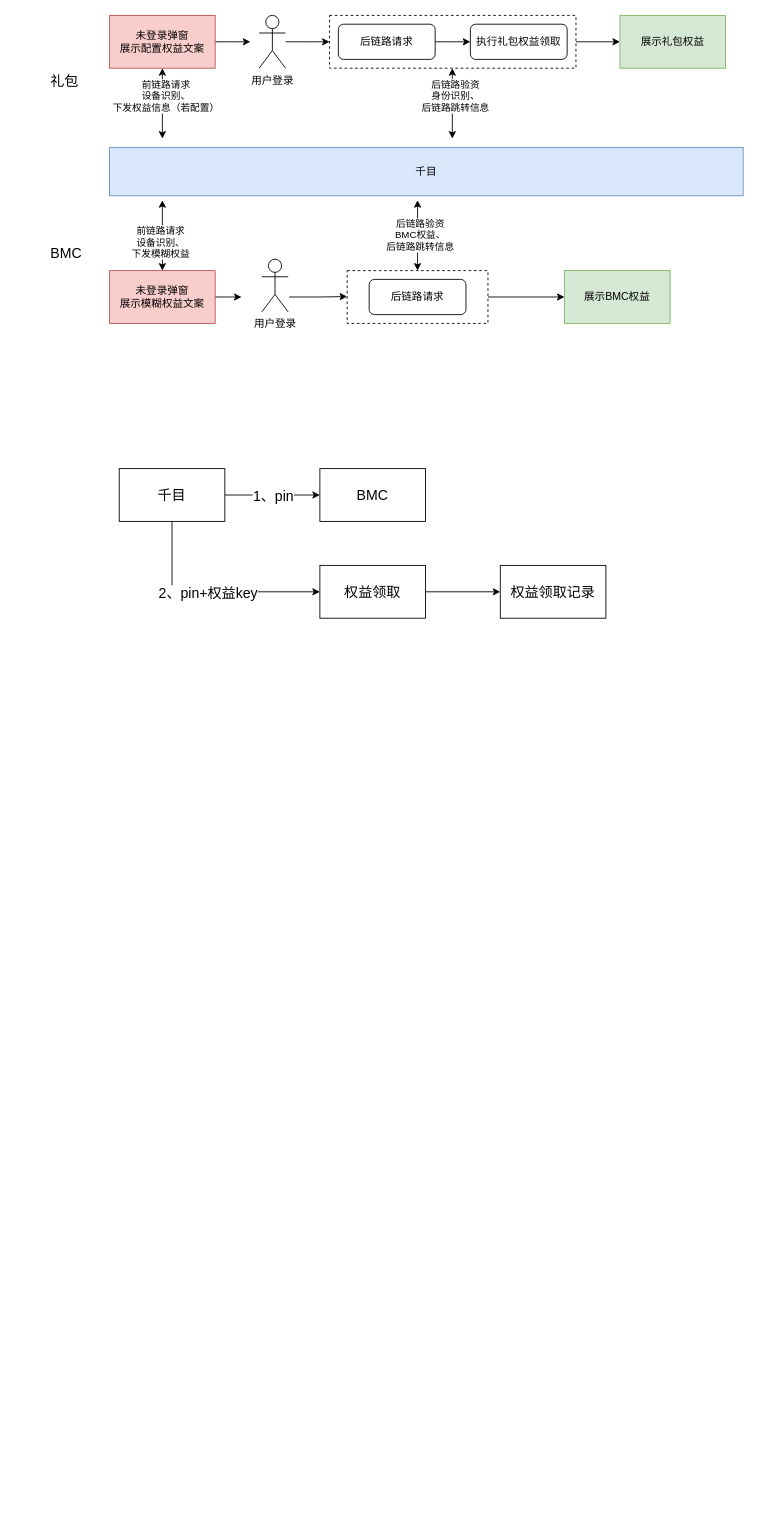
Above: 诺曼底接入BMC权益.drawio in BlankKelly/diagrams (draw.io), before the change. Source tidied: cells renumbered, new cells numbered last; positions are measured from the earlier drawing's top-left corner, leaving out a move shared by most shapes. Both pictures are drawn from the tidied source at 88%, with x=0, y=0 at pixel (38, 15).
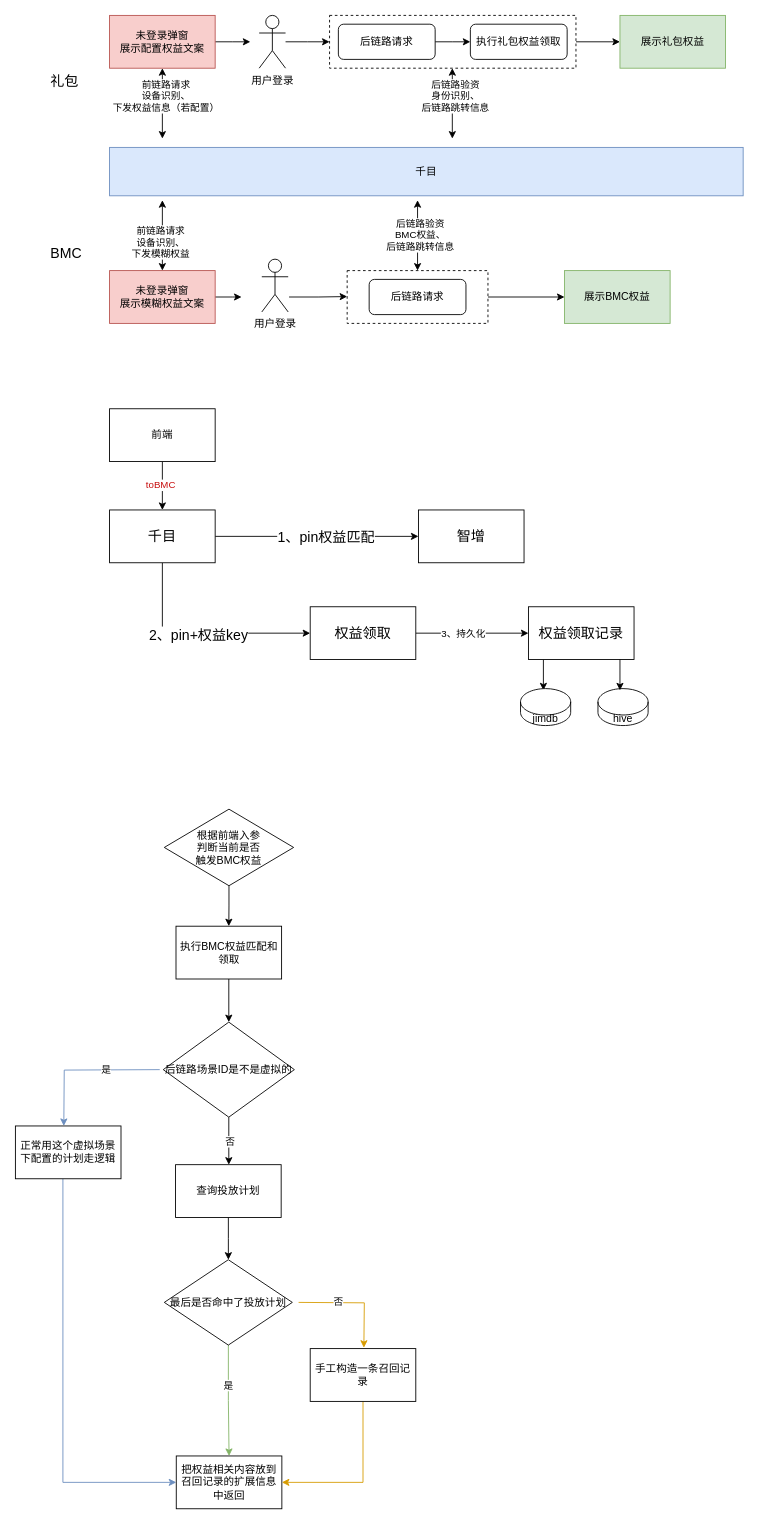
After the change.

Commit message:
更新诺曼底接入BMC权益.drawio

The change refers to these unchanged cells:
```xml
<mxCell id="31" style="edgeStyle=orthogonalEdgeStyle;rounded=0;jettySize=auto;html=1;fontSize=16;startArrow=none;startFill=0;" parent="1" edge="1" source="35" target="36">
  <mxGeometry relative="1" as="geometry" />
</mxCell>
<mxCell id="37" style="edgeStyle=orthogonalEdgeStyle;rounded=0;jettySize=auto;html=1;exitX=1;exitY=0.5;exitDx=0;exitDy=0;" parent="1" edge="1" source="38" target="39">
  <mxGeometry relative="1" as="geometry" />
</mxCell>
```

The edit, as a diff of the source:
```diff
@@
-    <mxCell id="32" value="1、pin" style="edgeLabel;html=1;align=center;verticalAlign=middle;fontSize=16;" parent="31" vertex="1">
+    <mxCell id="32" value="1、pin权益匹配" style="edgeLabel;html=1;align=center;verticalAlign=middle;fontSize=16;" parent="31" vertex="1">
       <mxGeometry x="0.15" y="-4" relative="1" as="geometry">
         <mxPoint x="-8" y="-4" as="offset" />
       </mxGeometry>
     </mxCell>
@@
     <mxCell id="35" value="千目" style="rounded=0;whiteSpace=wrap;html=1;fontSize=16;" parent="1" vertex="1">
-      <mxGeometry x="92" y="515" width="120" height="60" as="geometry" />
+      <mxGeometry x="81" y="562" width="120" height="60" as="geometry" />
     </mxCell>
-    <mxCell id="36" value="BMC" style="rounded=0;whiteSpace=wrap;html=1;fontSize=16;" parent="1" vertex="1">
-      <mxGeometry x="320" y="515" width="120" height="60" as="geometry" />
+    <mxCell id="36" value="智增" style="rounded=0;whiteSpace=wrap;html=1;fontSize=16;" parent="1" vertex="1">
+      <mxGeometry x="432" y="562" width="120" height="60" as="geometry" />
     </mxCell>
@@
+    <mxCell id="40" value="3、持久化" style="edgeLabel;html=1;align=center;verticalAlign=middle;" parent="37" vertex="1">
+      <mxGeometry x="-0.2" y="4" relative="1" as="geometry">
+        <mxPoint x="2" y="4" as="offset" />
+      </mxGeometry>
+    </mxCell>
     <mxCell id="38" value="权益领取" style="rounded=0;whiteSpace=wrap;html=1;fontSize=16;" parent="1" vertex="1">
-      <mxGeometry x="320" y="625" width="120" height="60" as="geometry" />
+      <mxGeometry x="309" y="672" width="120" height="60" as="geometry" />
     </mxCell>
+    <mxCell id="41" style="edgeStyle=orthogonalEdgeStyle;rounded=0;orthogonalLoop=1;jettySize=auto;html=1;" parent="1" edge="1">
+      <mxGeometry relative="1" as="geometry">
+        <mxPoint x="574" y="732" as="sourcePoint" />
+        <mxPoint x="574" y="767" as="targetPoint" />
+      </mxGeometry>
+    </mxCell>
     <mxCell id="39" value="权益领取记录" style="rounded=0;whiteSpace=wrap;html=1;fontSize=16;" parent="1" vertex="1">
-      <mxGeometry x="525" y="625" width="120" height="60" as="geometry" />
+      <mxGeometry x="557" y="672" width="120" height="60" as="geometry" />
     </mxCell>
+    <mxCell id="42" value="jimdb" style="shape=cylinder3;whiteSpace=wrap;html=1;boundedLbl=1;backgroundOutline=1;size=15;" parent="1" vertex="1">
+      <mxGeometry x="548" y="765" width="57" height="42" as="geometry" />
+    </mxCell>
+    <mxCell id="43" value="hive" style="shape=cylinder3;whiteSpace=wrap;html=1;boundedLbl=1;backgroundOutline=1;size=15;" parent="1" vertex="1">
+      <mxGeometry x="636" y="765" width="57" height="42" as="geometry" />
+    </mxCell>
+    <mxCell id="44" style="edgeStyle=orthogonalEdgeStyle;rounded=0;orthogonalLoop=1;jettySize=auto;html=1;" parent="1" edge="1">
+      <mxGeometry relative="1" as="geometry">
+        <mxPoint x="661" y="732" as="sourcePoint" />
+        <mxPoint x="661" y="767" as="targetPoint" />
+        <Array as="points">
+          <mxPoint x="661" y="745" />
+          <mxPoint x="661" y="745" />
+        </Array>
+      </mxGeometry>
+    </mxCell>
+    <mxCell id="45" style="edgeStyle=orthogonalEdgeStyle;rounded=0;jettySize=auto;html=1;" parent="1" edge="1" source="49">
+      <mxGeometry relative="1" as="geometry">
+        <mxPoint x="216.5" y="1306" as="targetPoint" />
+      </mxGeometry>
+    </mxCell>
+    <mxCell id="46" value="否" style="edgeLabel;html=1;align=center;verticalAlign=middle;" parent="45" vertex="1">
+      <mxGeometry x="0.04" y="1" relative="1" as="geometry" />
+    </mxCell>
+    <mxCell id="47" style="edgeStyle=orthogonalEdgeStyle;rounded=0;orthogonalLoop=1;jettySize=auto;html=1;fillColor=#dae8fc;strokeColor=#6c8ebf;" parent="1" edge="1">
+      <mxGeometry relative="1" as="geometry">
+        <mxPoint x="138" y="1198" as="sourcePoint" />
+        <mxPoint x="29" y="1262" as="targetPoint" />
+      </mxGeometry>
+    </mxCell>
+    <mxCell id="48" value="是" style="edgeLabel;html=1;align=center;verticalAlign=middle;" parent="47" vertex="1">
+      <mxGeometry x="-0.29" y="-1" relative="1" as="geometry" />
+    </mxCell>
+    <mxCell id="49" value="后链路场景ID是不是虚拟的" style="rhombus;whiteSpace=wrap;html=1;" parent="1" vertex="1">
+      <mxGeometry x="142" y="1144" width="149" height="108" as="geometry" />
+    </mxCell>
+    <mxCell id="50" style="edgeStyle=orthogonalEdgeStyle;rounded=0;jettySize=auto;html=1;" parent="1" edge="1" source="51">
+      <mxGeometry relative="1" as="geometry">
+        <mxPoint x="216" y="1414" as="targetPoint" />
+      </mxGeometry>
+    </mxCell>
+    <mxCell id="51" value="查询投放计划" style="rounded=0;whiteSpace=wrap;html=1;" parent="1" vertex="1">
+      <mxGeometry x="156" y="1306" width="120" height="60" as="geometry" />
+    </mxCell>
+    <mxCell id="52" style="edgeStyle=orthogonalEdgeStyle;rounded=0;jettySize=auto;html=1;entryX=0.5;entryY=0;entryDx=0;entryDy=0;fillColor=#d5e8d4;strokeColor=#82b366;" parent="1" edge="1" source="56" target="63">
+      <mxGeometry relative="1" as="geometry" />
+    </mxCell>
+    <mxCell id="53" value="是" style="edgeLabel;html=1;align=center;verticalAlign=middle;" parent="52" vertex="1">
+      <mxGeometry x="-0.27" y="-1" relative="1" as="geometry" />
+    </mxCell>
+    <mxCell id="54" style="edgeStyle=orthogonalEdgeStyle;rounded=0;orthogonalLoop=1;jettySize=auto;html=1;fillColor=#ffe6cc;strokeColor=#d79b00;" parent="1" edge="1">
+      <mxGeometry relative="1" as="geometry">
+        <mxPoint x="295.8" y="1462.5" as="sourcePoint" />
+        <mxPoint x="370" y="1514" as="targetPoint" />
+      </mxGeometry>
+    </mxCell>
+    <mxCell id="55" value="否" style="edgeLabel;html=1;align=center;verticalAlign=middle;" parent="54" vertex="1">
+      <mxGeometry x="-0.29" y="2" relative="1" as="geometry">
+        <mxPoint y="1" as="offset" />
+      </mxGeometry>
+    </mxCell>
+    <mxCell id="56" value="最后是否命中了投放计划" style="rhombus;whiteSpace=wrap;html=1;" parent="1" vertex="1">
+      <mxGeometry x="143.2" y="1414" width="145.5" height="97" as="geometry" />
+    </mxCell>
+    <mxCell id="57" style="edgeStyle=orthogonalEdgeStyle;rounded=0;jettySize=auto;html=1;exitX=0.45;exitY=1;exitDx=0;exitDy=0;exitPerimeter=0;entryX=0;entryY=0.5;entryDx=0;entryDy=0;fillColor=#dae8fc;strokeColor=#6c8ebf;" parent="1" edge="1" source="58" target="63">
+      <mxGeometry relative="1" as="geometry" />
+    </mxCell>
+    <mxCell id="58" value="正常用这个虚拟场景下配置的计划走逻辑" style="rounded=0;whiteSpace=wrap;html=1;" parent="1" vertex="1">
+      <mxGeometry x="-26" y="1262" width="120" height="60" as="geometry" />
+    </mxCell>
+    <mxCell id="59" style="edgeStyle=orthogonalEdgeStyle;rounded=0;jettySize=auto;html=1;" parent="1" edge="1" source="60" target="49">
+      <mxGeometry relative="1" as="geometry" />
+    </mxCell>
+    <mxCell id="60" value="执行BMC权益匹配和领取" style="rounded=0;whiteSpace=wrap;html=1;" parent="1" vertex="1">
+      <mxGeometry x="156.5" y="1035" width="120" height="60" as="geometry" />
+    </mxCell>
+    <mxCell id="61" style="edgeStyle=orthogonalEdgeStyle;rounded=0;jettySize=auto;html=1;" parent="1" edge="1" source="62" target="60">
+      <mxGeometry relative="1" as="geometry" />
+    </mxCell>
+    <mxCell id="62" value="根据前端入参&lt;br&gt;判断当前是否&lt;br&gt;触发BMC权益" style="rhombus;whiteSpace=wrap;html=1;" parent="1" vertex="1">
+      <mxGeometry x="143.2" y="902" width="147" height="87" as="geometry" />
+    </mxCell>
+    <mxCell id="63" value="把权益相关内容放到召回记录的扩展信息中返回" style="rounded=0;whiteSpace=wrap;html=1;" parent="1" vertex="1">
+      <mxGeometry x="156.8" y="1637" width="120" height="60" as="geometry" />
+    </mxCell>
+    <mxCell id="64" style="edgeStyle=orthogonalEdgeStyle;rounded=0;jettySize=auto;html=1;entryX=1;entryY=0.5;entryDx=0;entryDy=0;exitX=0.5;exitY=1;exitDx=0;exitDy=0;fillColor=#ffe6cc;strokeColor=#d79b00;" parent="1" edge="1" source="65" target="63">
+      <mxGeometry relative="1" as="geometry" />
+    </mxCell>
+    <mxCell id="65" value="手工构造一条召回记录" style="rounded=0;whiteSpace=wrap;html=1;" parent="1" vertex="1">
+      <mxGeometry x="309" y="1515" width="120" height="60" as="geometry" />
+    </mxCell>
+    <mxCell id="66" style="edgeStyle=orthogonalEdgeStyle;rounded=0;jettySize=auto;html=1;" parent="1" edge="1" source="68" target="35">
+      <mxGeometry relative="1" as="geometry" />
+    </mxCell>
+    <mxCell id="67" value="toBMC" style="edgeLabel;html=1;align=center;verticalAlign=middle;fontColor=#c70f0f;" parent="66" vertex="1">
+      <mxGeometry x="-0.05" y="-3" relative="1" as="geometry" />
+    </mxCell>
+    <mxCell id="68" value="前端" style="rounded=0;whiteSpace=wrap;html=1;" parent="1" vertex="1">
+      <mxGeometry x="81" y="447" width="120" height="60" as="geometry" />
+    </mxCell>
```
